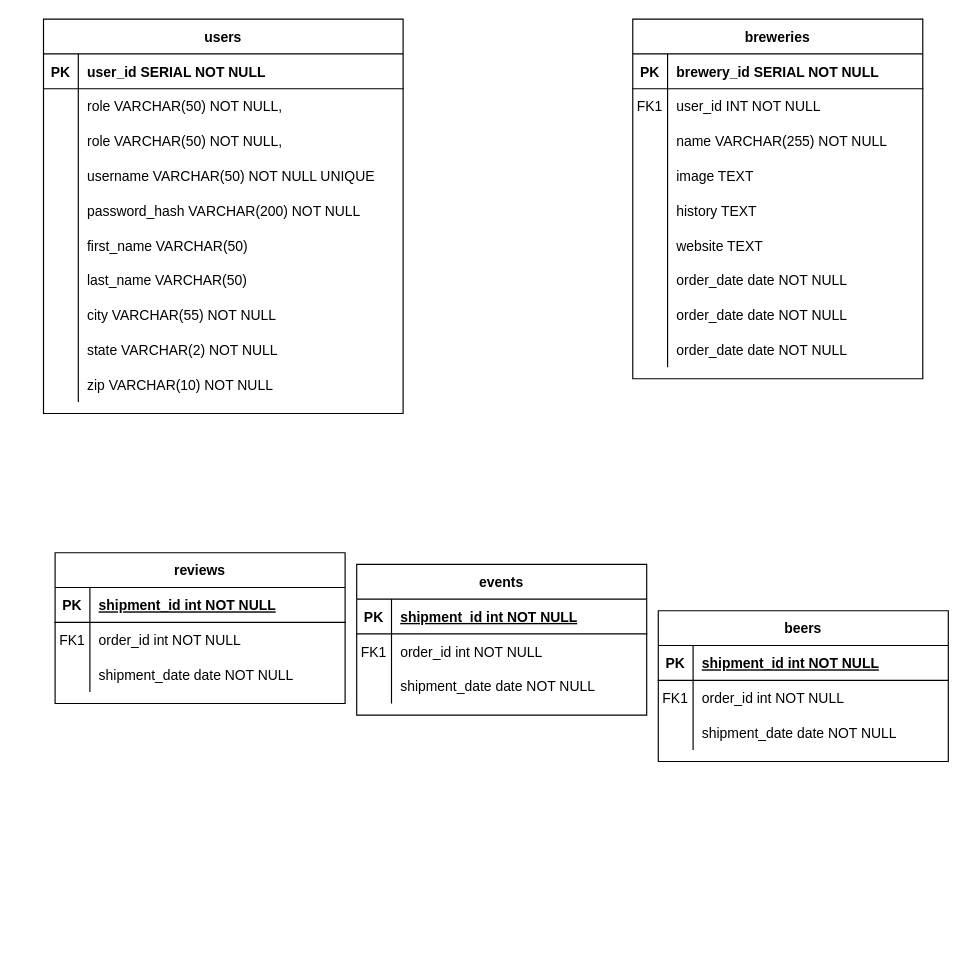
Before: java/database/ale-trail-ERD.drawio in dperry83/ale-trail, a draw.io diagram. Source tidied: cells renumbered, new cells numbered last; positions are measured from the earlier drawing's top-left corner, leaving out a move shared by most shapes. Both pictures are drawn from the tidied source at 116%, with x=0, y=0 at pixel (43, 19).
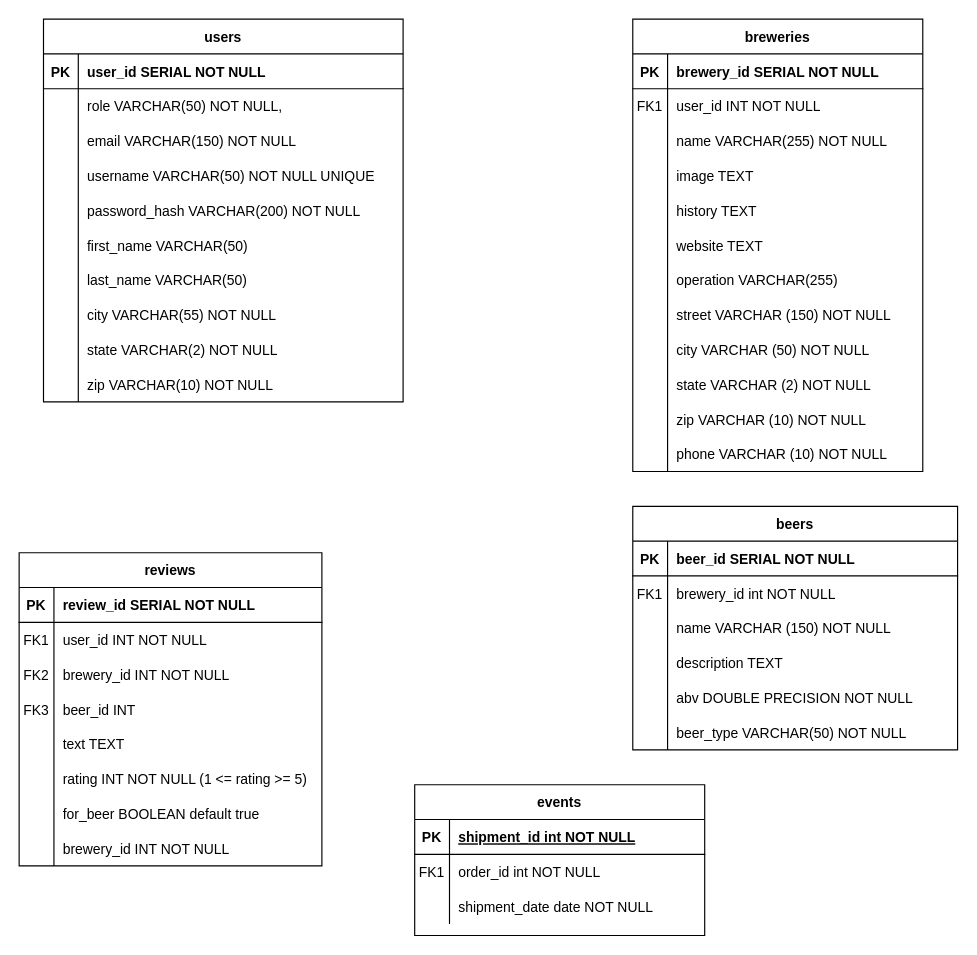
Above is the later version.

Unchanged cells that the change refers to:
```xml
<mxCell id="21" style="shape=partialRectangle;fillColor=none;top=0;left=0;right=0;bottom=0;" parent="2" vertex="1">
  <mxGeometry y="210" width="250" height="30" as="geometry" />
</mxCell>
<mxCell id="24" style="shape=partialRectangle;fillColor=none;top=0;left=0;right=0;bottom=0;" parent="2" vertex="1">
  <mxGeometry y="240" width="250" height="30" as="geometry" />
</mxCell>
<mxCell id="27" style="shape=partialRectangle;fillColor=none;top=0;left=0;right=0;bottom=0;" parent="2" vertex="1">
  <mxGeometry y="270" width="250" height="30" as="geometry" />
</mxCell>
<mxCell id="47" style="shape=partialRectangle;fillColor=none;top=0;left=0;right=0;bottom=0;" parent="40" vertex="1">
  <mxGeometry y="90" width="310" height="30" as="geometry" />
</mxCell>
```

Diff of the diagram source:
```diff
@@
     <mxCell id="2" value="breweries" style="shape=table;startSize=30;childLayout=tableLayout;rowLines=0;fontStyle=1;align=center;" parent="1" vertex="1">
-      <mxGeometry x="508" width="250" height="310" as="geometry" />
+      <mxGeometry x="508" width="250" height="390" as="geometry" />
     </mxCell>
@@
-    <mxCell id="23" value="order_date date NOT NULL" style="shape=partialRectangle;overflow=hidden;fillColor=none;top=0;left=0;bottom=0;right=0;align=left;spacingLeft=6;" parent="21" vertex="1">
+    <mxCell id="23" value="operation VARCHAR(255)" style="shape=partialRectangle;overflow=hidden;fillColor=none;top=0;left=0;bottom=0;right=0;align=left;spacingLeft=6;" parent="21" vertex="1">
       <mxGeometry x="30" width="220" height="30" as="geometry" />
     </mxCell>
@@
-    <mxCell id="26" value="order_date date NOT NULL" style="shape=partialRectangle;overflow=hidden;fillColor=none;top=0;left=0;bottom=0;right=0;align=left;spacingLeft=6;" parent="24" vertex="1">
+    <mxCell id="26" value="street VARCHAR (150) NOT NULL" style="shape=partialRectangle;overflow=hidden;fillColor=none;top=0;left=0;bottom=0;right=0;align=left;spacingLeft=6;" parent="24" vertex="1">
       <mxGeometry x="30" width="220" height="30" as="geometry" />
     </mxCell>
@@
-    <mxCell id="29" value="order_date date NOT NULL" style="shape=partialRectangle;overflow=hidden;fillColor=none;top=0;left=0;bottom=0;right=0;align=left;spacingLeft=6;" parent="27" vertex="1">
+    <mxCell id="29" value="city VARCHAR (50) NOT NULL" style="shape=partialRectangle;overflow=hidden;fillColor=none;top=0;left=0;bottom=0;right=0;align=left;spacingLeft=6;" parent="27" vertex="1">
       <mxGeometry x="30" width="220" height="30" as="geometry" />
     </mxCell>
+    <mxCell id="91" style="shape=partialRectangle;fillColor=none;top=0;left=0;right=0;bottom=0;" parent="2" vertex="1">
+      <mxGeometry y="300" width="250" height="30" as="geometry" />
+    </mxCell>
+    <mxCell id="92" style="shape=partialRectangle;overflow=hidden;fillColor=none;top=0;left=0;bottom=0;right=0;" parent="91" vertex="1">
+      <mxGeometry width="30" height="30" as="geometry" />
+    </mxCell>
+    <mxCell id="93" value="state VARCHAR (2) NOT NULL" style="shape=partialRectangle;overflow=hidden;fillColor=none;top=0;left=0;bottom=0;right=0;align=left;spacingLeft=6;" parent="91" vertex="1">
+      <mxGeometry x="30" width="220" height="30" as="geometry" />
+    </mxCell>
+    <mxCell id="94" style="shape=partialRectangle;fillColor=none;top=0;left=0;right=0;bottom=0;" parent="2" vertex="1">
+      <mxGeometry y="330" width="250" height="30" as="geometry" />
+    </mxCell>
+    <mxCell id="95" style="shape=partialRectangle;overflow=hidden;fillColor=none;top=0;left=0;bottom=0;right=0;" parent="94" vertex="1">
+      <mxGeometry width="30" height="30" as="geometry" />
+    </mxCell>
+    <mxCell id="96" value="zip VARCHAR (10) NOT NULL" style="shape=partialRectangle;overflow=hidden;fillColor=none;top=0;left=0;bottom=0;right=0;align=left;spacingLeft=6;" parent="94" vertex="1">
+      <mxGeometry x="30" width="220" height="30" as="geometry" />
+    </mxCell>
+    <mxCell id="97" style="shape=partialRectangle;fillColor=none;top=0;left=0;right=0;bottom=0;" parent="2" vertex="1">
+      <mxGeometry y="360" width="250" height="30" as="geometry" />
+    </mxCell>
+    <mxCell id="98" style="shape=partialRectangle;overflow=hidden;fillColor=none;top=0;left=0;bottom=0;right=0;" parent="97" vertex="1">
+      <mxGeometry width="30" height="30" as="geometry" />
+    </mxCell>
+    <mxCell id="99" value="phone VARCHAR (10) NOT NULL" style="shape=partialRectangle;overflow=hidden;fillColor=none;top=0;left=0;bottom=0;right=0;align=left;spacingLeft=6;" parent="97" vertex="1">
+      <mxGeometry x="30" width="220" height="30" as="geometry" />
+    </mxCell>
     <mxCell id="30" value="beers" style="shape=table;startSize=30;childLayout=tableLayout;rowLines=0;fontStyle=1;align=center;" parent="1" vertex="1">
-      <mxGeometry x="530" y="510" width="250" height="130" as="geometry" />
+      <mxGeometry x="508" y="420" width="280" height="210" as="geometry" />
     </mxCell>
     <mxCell id="31" style="shape=partialRectangle;fillColor=none;top=0;left=0;right=0;bottom=1;" parent="30" vertex="1">
-      <mxGeometry y="30" width="250" height="30" as="geometry" />
+      <mxGeometry y="30" width="280" height="30" as="geometry" />
     </mxCell>
@@
-    <mxCell id="33" value="shipment_id int NOT NULL " style="shape=partialRectangle;overflow=hidden;fillColor=none;top=0;left=0;bottom=0;right=0;align=left;spacingLeft=6;fontStyle=5;" parent="31" vertex="1">
-      <mxGeometry x="30" width="220" height="30" as="geometry" />
+    <mxCell id="33" value="beer_id SERIAL NOT NULL" style="shape=partialRectangle;overflow=hidden;fillColor=none;top=0;left=0;bottom=0;right=0;align=left;spacingLeft=6;fontStyle=1;" parent="31" vertex="1">
+      <mxGeometry x="30" width="250" height="30" as="geometry" />
     </mxCell>
     <mxCell id="34" style="shape=partialRectangle;fillColor=none;top=0;left=0;right=0;bottom=0;" parent="30" vertex="1">
-      <mxGeometry y="60" width="250" height="30" as="geometry" />
+      <mxGeometry y="60" width="280" height="30" as="geometry" />
     </mxCell>
@@
-    <mxCell id="36" value="order_id int NOT NULL" style="shape=partialRectangle;overflow=hidden;fillColor=none;top=0;left=0;bottom=0;right=0;align=left;spacingLeft=6;" parent="34" vertex="1">
-      <mxGeometry x="30" width="220" height="30" as="geometry" />
+    <mxCell id="36" value="brewery_id int NOT NULL" style="shape=partialRectangle;overflow=hidden;fillColor=none;top=0;left=0;bottom=0;right=0;align=left;spacingLeft=6;" parent="34" vertex="1">
+      <mxGeometry x="30" width="250" height="30" as="geometry" />
     </mxCell>
     <mxCell id="37" style="shape=partialRectangle;fillColor=none;top=0;left=0;right=0;bottom=0;" parent="30" vertex="1">
-      <mxGeometry y="90" width="250" height="30" as="geometry" />
+      <mxGeometry y="90" width="280" height="30" as="geometry" />
     </mxCell>
@@
-    <mxCell id="39" value="shipment_date date NOT NULL" style="shape=partialRectangle;overflow=hidden;fillColor=none;top=0;left=0;bottom=0;right=0;align=left;spacingLeft=6;" parent="37" vertex="1">
-      <mxGeometry x="30" width="220" height="30" as="geometry" />
+    <mxCell id="39" value="name VARCHAR (150) NOT NULL" style="shape=partialRectangle;overflow=hidden;fillColor=none;top=0;left=0;bottom=0;right=0;align=left;spacingLeft=6;" parent="37" vertex="1">
+      <mxGeometry x="30" width="250" height="30" as="geometry" />
     </mxCell>
+    <mxCell id="100" style="shape=partialRectangle;fillColor=none;top=0;left=0;right=0;bottom=0;" parent="30" vertex="1">
+      <mxGeometry y="120" width="280" height="30" as="geometry" />
+    </mxCell>
+    <mxCell id="101" style="shape=partialRectangle;overflow=hidden;fillColor=none;top=0;left=0;bottom=0;right=0;" parent="100" vertex="1">
+      <mxGeometry width="30" height="30" as="geometry" />
+    </mxCell>
+    <mxCell id="102" value="description TEXT" style="shape=partialRectangle;overflow=hidden;fillColor=none;top=0;left=0;bottom=0;right=0;align=left;spacingLeft=6;" parent="100" vertex="1">
+      <mxGeometry x="30" width="250" height="30" as="geometry" />
+    </mxCell>
+    <mxCell id="103" style="shape=partialRectangle;fillColor=none;top=0;left=0;right=0;bottom=0;" parent="30" vertex="1">
+      <mxGeometry y="150" width="280" height="30" as="geometry" />
+    </mxCell>
+    <mxCell id="104" style="shape=partialRectangle;overflow=hidden;fillColor=none;top=0;left=0;bottom=0;right=0;" parent="103" vertex="1">
+      <mxGeometry width="30" height="30" as="geometry" />
+    </mxCell>
+    <mxCell id="105" value="abv DOUBLE PRECISION NOT NULL" style="shape=partialRectangle;overflow=hidden;fillColor=none;top=0;left=0;bottom=0;right=0;align=left;spacingLeft=6;" parent="103" vertex="1">
+      <mxGeometry x="30" width="250" height="30" as="geometry" />
+    </mxCell>
+    <mxCell id="106" style="shape=partialRectangle;fillColor=none;top=0;left=0;right=0;bottom=0;" parent="30" vertex="1">
+      <mxGeometry y="180" width="280" height="30" as="geometry" />
+    </mxCell>
+    <mxCell id="107" style="shape=partialRectangle;overflow=hidden;fillColor=none;top=0;left=0;bottom=0;right=0;" parent="106" vertex="1">
+      <mxGeometry width="30" height="30" as="geometry" />
+    </mxCell>
+    <mxCell id="108" value="beer_type VARCHAR(50) NOT NULL" style="shape=partialRectangle;overflow=hidden;fillColor=none;top=0;left=0;bottom=0;right=0;align=left;spacingLeft=6;" parent="106" vertex="1">
+      <mxGeometry x="30" width="250" height="30" as="geometry" />
+    </mxCell>
     <mxCell id="40" value="users" style="shape=table;startSize=30;childLayout=tableLayout;rowLines=0;fontStyle=1;align=center;" parent="1" vertex="1">
-      <mxGeometry width="310" height="340" as="geometry" />
+      <mxGeometry width="310" height="330" as="geometry" />
     </mxCell>
@@
-    <mxCell id="49" value="role VARCHAR(50) NOT NULL," style="shape=partialRectangle;overflow=hidden;fillColor=none;top=0;left=0;bottom=0;right=0;align=left;spacingLeft=6;" parent="47" vertex="1">
+    <mxCell id="49" value="email VARCHAR(150) NOT NULL" style="shape=partialRectangle;overflow=hidden;fillColor=none;top=0;left=0;bottom=0;right=0;align=left;spacingLeft=6;" parent="47" vertex="1">
       <mxGeometry x="30" width="280" height="30" as="geometry" />
     </mxCell>
@@
     <mxCell id="71" value="reviews" style="shape=table;startSize=30;childLayout=tableLayout;rowLines=0;fontStyle=1;align=center;" parent="1" vertex="1">
-      <mxGeometry x="10" y="460" width="250" height="130" as="geometry" />
+      <mxGeometry x="-21" y="460" width="261" height="270" as="geometry" />
     </mxCell>
     <mxCell id="72" style="shape=partialRectangle;fillColor=none;top=0;left=0;right=0;bottom=1;" parent="71" vertex="1">
-      <mxGeometry y="30" width="250" height="30" as="geometry" />
+      <mxGeometry y="30" width="261" height="30" as="geometry" />
     </mxCell>
@@
-    <mxCell id="74" value="shipment_id int NOT NULL " style="shape=partialRectangle;overflow=hidden;fillColor=none;top=0;left=0;bottom=0;right=0;align=left;spacingLeft=6;fontStyle=5;" parent="72" vertex="1">
-      <mxGeometry x="30" width="220" height="30" as="geometry" />
+    <mxCell id="74" value="review_id SERIAL NOT NULL " style="shape=partialRectangle;overflow=hidden;fillColor=none;top=0;left=0;bottom=0;right=0;align=left;spacingLeft=6;fontStyle=1;" parent="72" vertex="1">
+      <mxGeometry x="30" width="231" height="30" as="geometry" />
     </mxCell>
     <mxCell id="75" style="shape=partialRectangle;fillColor=none;top=0;left=0;right=0;bottom=0;" parent="71" vertex="1">
-      <mxGeometry y="60" width="250" height="30" as="geometry" />
+      <mxGeometry y="60" width="261" height="30" as="geometry" />
     </mxCell>
@@
-    <mxCell id="77" value="order_id int NOT NULL" style="shape=partialRectangle;overflow=hidden;fillColor=none;top=0;left=0;bottom=0;right=0;align=left;spacingLeft=6;" parent="75" vertex="1">
-      <mxGeometry x="30" width="220" height="30" as="geometry" />
+    <mxCell id="77" value="user_id INT NOT NULL" style="shape=partialRectangle;overflow=hidden;fillColor=none;top=0;left=0;bottom=0;right=0;align=left;spacingLeft=6;" parent="75" vertex="1">
+      <mxGeometry x="30" width="231" height="30" as="geometry" />
     </mxCell>
     <mxCell id="78" style="shape=partialRectangle;fillColor=none;top=0;left=0;right=0;bottom=0;" parent="71" vertex="1">
-      <mxGeometry y="90" width="250" height="30" as="geometry" />
+      <mxGeometry y="90" width="261" height="30" as="geometry" />
     </mxCell>
-    <mxCell id="79" style="shape=partialRectangle;overflow=hidden;fillColor=none;top=0;left=0;bottom=0;right=0;" parent="78" vertex="1">
+    <mxCell id="79" value="FK2" style="shape=partialRectangle;overflow=hidden;fillColor=none;top=0;left=0;bottom=0;right=0;" parent="78" vertex="1">
       <mxGeometry width="30" height="30" as="geometry" />
     </mxCell>
-    <mxCell id="80" value="shipment_date date NOT NULL" style="shape=partialRectangle;overflow=hidden;fillColor=none;top=0;left=0;bottom=0;right=0;align=left;spacingLeft=6;" parent="78" vertex="1">
-      <mxGeometry x="30" width="220" height="30" as="geometry" />
+    <mxCell id="80" value="brewery_id INT NOT NULL" style="shape=partialRectangle;overflow=hidden;fillColor=none;top=0;left=0;bottom=0;right=0;align=left;spacingLeft=6;" parent="78" vertex="1">
+      <mxGeometry x="30" width="231" height="30" as="geometry" />
     </mxCell>
+    <mxCell id="109" style="shape=partialRectangle;fillColor=none;top=0;left=0;right=0;bottom=0;" parent="71" vertex="1">
+      <mxGeometry y="120" width="261" height="30" as="geometry" />
+    </mxCell>
+    <mxCell id="110" value="FK3" style="shape=partialRectangle;overflow=hidden;fillColor=none;top=0;left=0;bottom=0;right=0;" parent="109" vertex="1">
+      <mxGeometry width="30" height="30" as="geometry" />
+    </mxCell>
+    <mxCell id="111" value="beer_id INT" style="shape=partialRectangle;overflow=hidden;fillColor=none;top=0;left=0;bottom=0;right=0;align=left;spacingLeft=6;" parent="109" vertex="1">
+      <mxGeometry x="30" width="231" height="30" as="geometry" />
+    </mxCell>
+    <mxCell id="112" style="shape=partialRectangle;fillColor=none;top=0;left=0;right=0;bottom=0;" parent="71" vertex="1">
+      <mxGeometry y="150" width="261" height="30" as="geometry" />
+    </mxCell>
+    <mxCell id="113" style="shape=partialRectangle;overflow=hidden;fillColor=none;top=0;left=0;bottom=0;right=0;" parent="112" vertex="1">
+      <mxGeometry width="30" height="30" as="geometry" />
+    </mxCell>
+    <mxCell id="114" value="text TEXT" style="shape=partialRectangle;overflow=hidden;fillColor=none;top=0;left=0;bottom=0;right=0;align=left;spacingLeft=6;" parent="112" vertex="1">
+      <mxGeometry x="30" width="231" height="30" as="geometry" />
+    </mxCell>
+    <mxCell id="115" style="shape=partialRectangle;fillColor=none;top=0;left=0;right=0;bottom=0;" parent="71" vertex="1">
+      <mxGeometry y="180" width="261" height="30" as="geometry" />
+    </mxCell>
+    <mxCell id="116" style="shape=partialRectangle;overflow=hidden;fillColor=none;top=0;left=0;bottom=0;right=0;" parent="115" vertex="1">
+      <mxGeometry width="30" height="30" as="geometry" />
+    </mxCell>
+    <mxCell id="117" value="rating INT NOT NULL (1 &lt;= rating &gt;= 5)" style="shape=partialRectangle;overflow=hidden;fillColor=none;top=0;left=0;bottom=0;right=0;align=left;spacingLeft=6;" parent="115" vertex="1">
+      <mxGeometry x="30" width="231" height="30" as="geometry" />
+    </mxCell>
+    <mxCell id="118" style="shape=partialRectangle;fillColor=none;top=0;left=0;right=0;bottom=0;" parent="71" vertex="1">
+      <mxGeometry y="210" width="261" height="30" as="geometry" />
+    </mxCell>
+    <mxCell id="119" style="shape=partialRectangle;overflow=hidden;fillColor=none;top=0;left=0;bottom=0;right=0;" parent="118" vertex="1">
+      <mxGeometry width="30" height="30" as="geometry" />
+    </mxCell>
+    <mxCell id="120" value="for_beer BOOLEAN default true" style="shape=partialRectangle;overflow=hidden;fillColor=none;top=0;left=0;bottom=0;right=0;align=left;spacingLeft=6;" parent="118" vertex="1">
+      <mxGeometry x="30" width="231" height="30" as="geometry" />
+    </mxCell>
+    <mxCell id="121" style="shape=partialRectangle;fillColor=none;top=0;left=0;right=0;bottom=0;" parent="71" vertex="1">
+      <mxGeometry y="240" width="261" height="30" as="geometry" />
+    </mxCell>
+    <mxCell id="122" style="shape=partialRectangle;overflow=hidden;fillColor=none;top=0;left=0;bottom=0;right=0;" parent="121" vertex="1">
+      <mxGeometry width="30" height="30" as="geometry" />
+    </mxCell>
+    <mxCell id="123" value="brewery_id INT NOT NULL" style="shape=partialRectangle;overflow=hidden;fillColor=none;top=0;left=0;bottom=0;right=0;align=left;spacingLeft=6;" parent="121" vertex="1">
+      <mxGeometry x="30" width="231" height="30" as="geometry" />
+    </mxCell>
     <mxCell id="81" value="events" style="shape=table;startSize=30;childLayout=tableLayout;rowLines=0;fontStyle=1;align=center;" parent="1" vertex="1">
-      <mxGeometry x="270" y="470" width="250" height="130" as="geometry" />
+      <mxGeometry x="320" y="660" width="250" height="130" as="geometry" />
     </mxCell>
```
